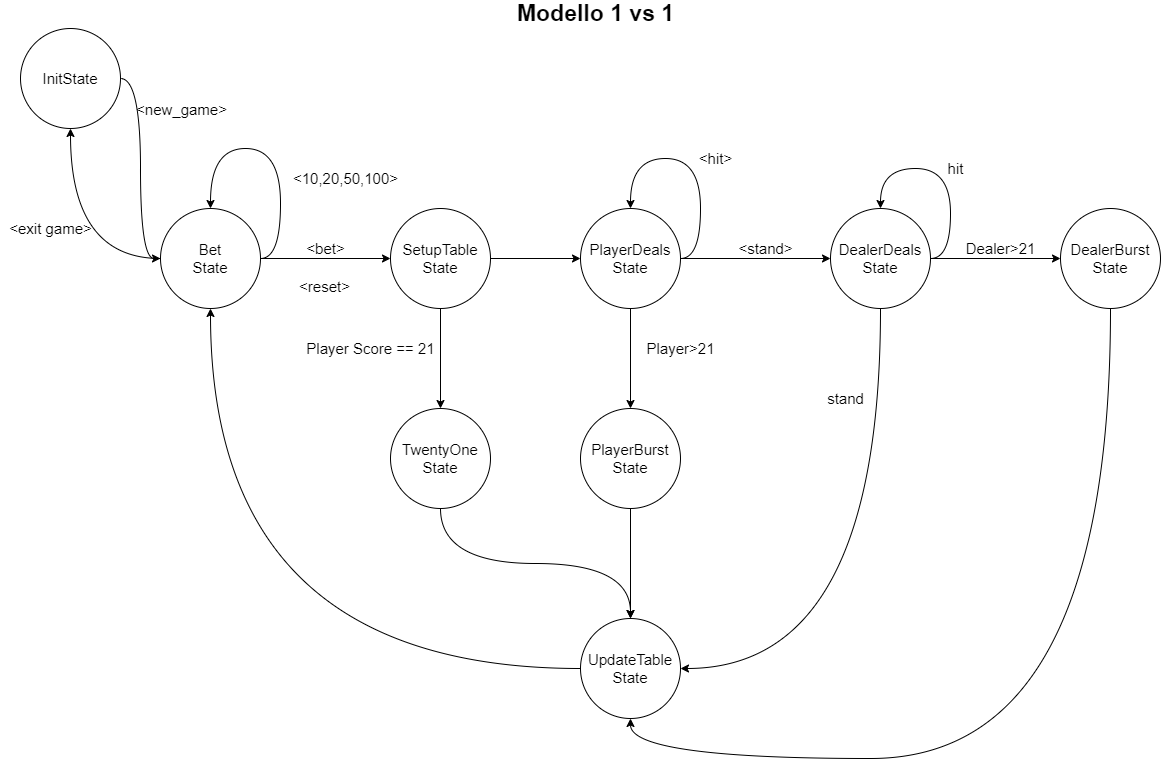
aleksandarstojkovski/BlackJack keeps this draw.io diagram as docs/state_machine.png. Above is the earlier version. Source tidied: cells renumbered, new cells last; positions are measured from the earlier drawing's top-left corner, leaving out a move shared by most shapes.
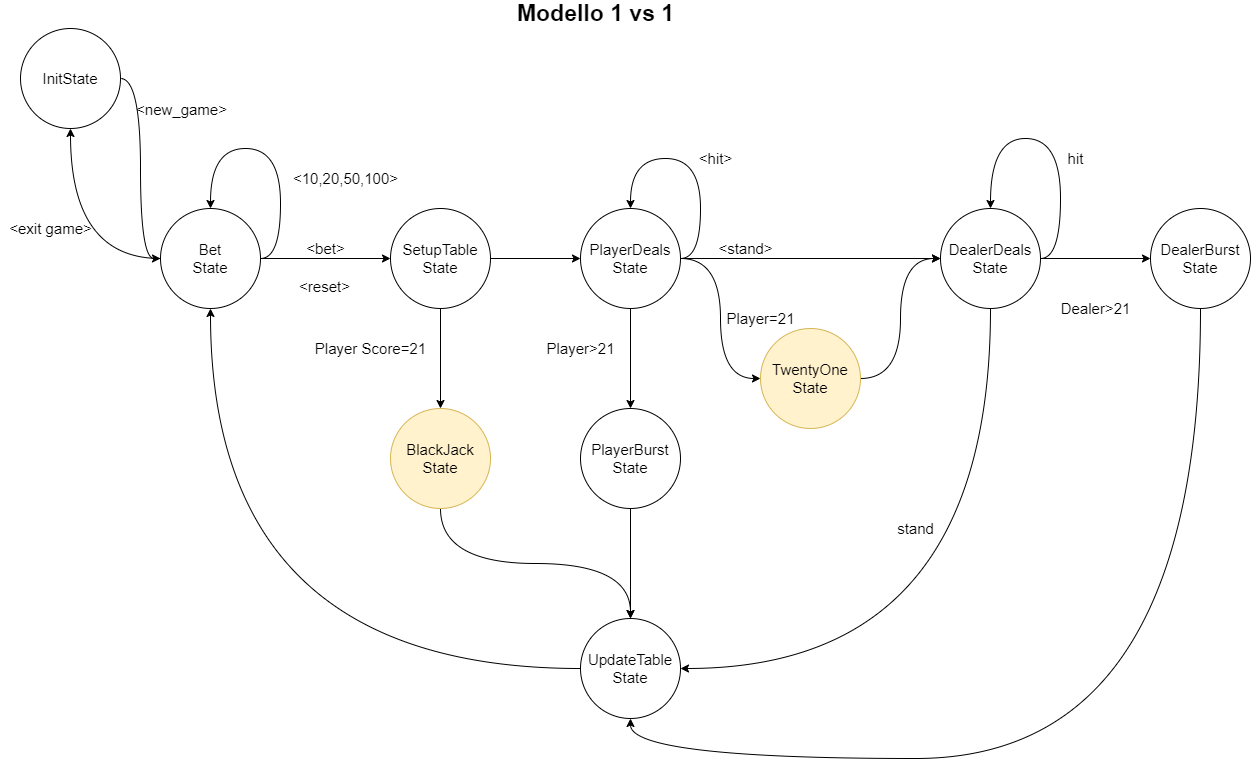
The same diagram one commit later.

The edit, as a diff of the source:
```diff
@@ -37,109 +37,125 @@
     <mxCell id="10" value="&amp;lt;10,20,50,100&amp;gt;" style="text;html=1;align=center;verticalAlign=middle;" parent="1" vertex="1">
       <mxGeometry x="285" y="165" width="120" height="20" as="geometry" />
     </mxCell>
-    <mxCell id="11" style="edgeStyle=orthogonalEdgeStyle;curved=1;rounded=0;jettySize=auto;html=1;exitX=1;exitY=0.5;exitDx=0;exitDy=0;entryX=0;entryY=0.5;entryDx=0;entryDy=0;" parent="1" edge="1" source="13" target="16">
+    <mxCell id="11" style="edgeStyle=orthogonalEdgeStyle;curved=1;rounded=0;jettySize=auto;html=1;exitX=1;exitY=0.5;exitDx=0;exitDy=0;entryX=0;entryY=0.5;entryDx=0;entryDy=0;" parent="1" edge="1" source="13" target="17">
       <mxGeometry relative="1" as="geometry" />
     </mxCell>
-    <mxCell id="12" style="edgeStyle=orthogonalEdgeStyle;curved=1;rounded=0;jettySize=auto;html=1;exitX=0.5;exitY=1;exitDx=0;exitDy=0;entryX=0.5;entryY=0;entryDx=0;entryDy=0;" parent="1" edge="1" source="13" target="31">
+    <mxCell id="12" style="edgeStyle=orthogonalEdgeStyle;curved=1;rounded=0;jettySize=auto;html=1;exitX=0.5;exitY=1;exitDx=0;exitDy=0;entryX=0.5;entryY=0;entryDx=0;entryDy=0;" parent="1" edge="1" source="13" target="32">
       <mxGeometry relative="1" as="geometry" />
     </mxCell>
     <mxCell id="13" value="SetupTable&lt;br&gt;State" style="ellipse;whiteSpace=wrap;html=1;" parent="1" vertex="1">
       <mxGeometry x="390" y="205" width="100" height="100" as="geometry" />
     </mxCell>
-    <mxCell id="14" style="edgeStyle=orthogonalEdgeStyle;curved=1;rounded=0;jettySize=auto;html=1;exitX=1;exitY=0.5;exitDx=0;exitDy=0;entryX=0;entryY=0.5;entryDx=0;entryDy=0;" parent="1" edge="1" source="16" target="20">
+    <mxCell id="14" style="edgeStyle=orthogonalEdgeStyle;curved=1;rounded=0;jettySize=auto;html=1;exitX=1;exitY=0.5;exitDx=0;exitDy=0;entryX=0;entryY=0.5;entryDx=0;entryDy=0;" parent="1" edge="1" source="17" target="21">
       <mxGeometry relative="1" as="geometry" />
     </mxCell>
-    <mxCell id="15" style="edgeStyle=orthogonalEdgeStyle;curved=1;rounded=0;jettySize=auto;html=1;exitX=0.5;exitY=1;exitDx=0;exitDy=0;entryX=0.5;entryY=0;entryDx=0;entryDy=0;" parent="1" edge="1" source="16" target="24">
+    <mxCell id="15" style="edgeStyle=orthogonalEdgeStyle;curved=1;rounded=0;jettySize=auto;html=1;exitX=0.5;exitY=1;exitDx=0;exitDy=0;entryX=0.5;entryY=0;entryDx=0;entryDy=0;" parent="1" edge="1" source="17" target="25">
       <mxGeometry relative="1" as="geometry" />
     </mxCell>
-    <mxCell id="16" value="PlayerDeals&lt;br&gt;State" style="ellipse;whiteSpace=wrap;html=1;" parent="1" vertex="1">
-      <mxGeometry x="580" y="205" width="100" height="100" as="geometry" />
+    <mxCell id="16" style="edgeStyle=orthogonalEdgeStyle;curved=1;rounded=0;jettySize=auto;html=1;exitX=1;exitY=0.5;exitDx=0;exitDy=0;entryX=0;entryY=0.5;entryDx=0;entryDy=0;" parent="1" edge="1" source="17" target="41">
+      <mxGeometry relative="1" as="geometry" />
     </mxCell>
-    <mxCell id="17" value="&amp;lt;hit&amp;gt;" style="text;html=1;align=center;verticalAlign=middle;points=[];" parent="1" vertex="1">
-      <mxGeometry x="690" y="145" width="50" height="20" as="geometry" />
+    <mxCell id="17" value="PlayerDeals&lt;br&gt;State" style="ellipse;whiteSpace=wrap;html=1;" parent="1" vertex="1">
+      <mxGeometry x="580" y="205" width="100" height="100" as="geometry" />
     </mxCell>
-    <mxCell id="18" style="edgeStyle=orthogonalEdgeStyle;curved=1;rounded=0;jettySize=auto;html=1;exitX=0.5;exitY=1;exitDx=0;exitDy=0;entryX=1;entryY=0.5;entryDx=0;entryDy=0;" parent="1" edge="1" source="20" target="27">
-      <mxGeometry relative="1" as="geometry" />
+    <mxCell id="18" value="&amp;lt;hit&amp;gt;" style="text;html=1;align=center;verticalAlign=middle;" parent="1" vertex="1">
+      <mxGeometry x="690" y="145" width="50" height="20" as="geometry" />
     </mxCell>
-    <mxCell id="19" style="edgeStyle=orthogonalEdgeStyle;curved=1;rounded=0;jettySize=auto;html=1;exitX=1;exitY=0.5;exitDx=0;exitDy=0;entryX=0;entryY=0.5;entryDx=0;entryDy=0;" parent="1" edge="1" source="20" target="34">
-      <mxGeometry relative="1" as="geometry" />
+    <mxCell id="19" style="edgeStyle=orthogonalEdgeStyle;curved=1;rounded=0;jettySize=auto;html=1;exitX=0.5;exitY=1;exitDx=0;exitDy=0;entryX=1;entryY=0.5;entryDx=0;entryDy=0;" parent="1" edge="1" source="21" target="28">
+      <mxGeometry relative="1" as="geometry">
+        <Array as="points">
+          <mxPoint x="990" y="665" />
+        </Array>
+      </mxGeometry>
     </mxCell>
-    <mxCell id="20" value="DealerDeals&lt;br&gt;State" style="ellipse;whiteSpace=wrap;html=1;" parent="1" vertex="1">
-      <mxGeometry x="830" y="205" width="100" height="100" as="geometry" />
+    <mxCell id="20" style="edgeStyle=orthogonalEdgeStyle;curved=1;rounded=0;jettySize=auto;html=1;exitX=1;exitY=0.5;exitDx=0;exitDy=0;entryX=0;entryY=0.5;entryDx=0;entryDy=0;" parent="1" edge="1" source="21" target="35">
+      <mxGeometry relative="1" as="geometry" />
     </mxCell>
-    <mxCell id="21" style="edgeStyle=orthogonalEdgeStyle;curved=1;rounded=0;orthogonalLoop=1;jettySize=auto;html=1;exitX=1;exitY=0.5;exitDx=0;exitDy=0;entryX=0.5;entryY=0;entryDx=0;entryDy=0;" parent="1" edge="1" source="16" target="16">
-      <mxGeometry relative="1" as="geometry">
-        <Array as="points">
-          <mxPoint x="700" y="255" />
-          <mxPoint x="700" y="155" />
-          <mxPoint x="630" y="155" />
-        </Array>
-      </mxGeometry>
+    <mxCell id="21" value="DealerDeals&lt;br&gt;State" style="ellipse;whiteSpace=wrap;html=1;" parent="1" vertex="1">
+      <mxGeometry x="940" y="205" width="100" height="100" as="geometry" />
     </mxCell>
-    <mxCell id="22" value="&amp;lt;stand&amp;gt;" style="text;html=1;align=center;verticalAlign=middle;" parent="1" vertex="1">
-      <mxGeometry x="730" y="235" width="70" height="20" as="geometry" />
+    <mxCell id="22" style="edgeStyle=orthogonalEdgeStyle;curved=1;rounded=0;orthogonalLoop=1;jettySize=auto;html=1;exitX=1;exitY=0.5;exitDx=0;exitDy=0;entryX=0.5;entryY=0;entryDx=0;entryDy=0;" parent="1" edge="1" source="17" target="17">
+      <mxGeometry relative="1" as="geometry">
+        <Array as="points">
+          <mxPoint x="700" y="255" />
+          <mxPoint x="700" y="155" />
+          <mxPoint x="630" y="155" />
+        </Array>
+      </mxGeometry>
     </mxCell>
-    <mxCell id="23" style="edgeStyle=orthogonalEdgeStyle;curved=1;rounded=0;jettySize=auto;html=1;exitX=0.5;exitY=1;exitDx=0;exitDy=0;entryX=0.5;entryY=0;entryDx=0;entryDy=0;" parent="1" edge="1" source="24" target="27">
-      <mxGeometry relative="1" as="geometry" />
+    <mxCell id="23" value="&amp;lt;stand&amp;gt;" style="text;html=1;align=center;verticalAlign=middle;" parent="1" vertex="1">
+      <mxGeometry x="710" y="235" width="70" height="20" as="geometry" />
     </mxCell>
-    <mxCell id="24" value="PlayerBurst&lt;br&gt;State" style="ellipse;whiteSpace=wrap;html=1;" parent="1" vertex="1">
-      <mxGeometry x="580" y="405" width="100" height="100" as="geometry" />
+    <mxCell id="24" style="edgeStyle=orthogonalEdgeStyle;curved=1;rounded=0;jettySize=auto;html=1;exitX=0.5;exitY=1;exitDx=0;exitDy=0;entryX=0.5;entryY=0;entryDx=0;entryDy=0;" parent="1" edge="1" source="25" target="28">
+      <mxGeometry relative="1" as="geometry" />
     </mxCell>
-    <mxCell id="25" value="Player&amp;gt;21" style="text;html=1;align=center;verticalAlign=middle;points=[];" parent="1" vertex="1">
-      <mxGeometry x="640" y="335" width="80" height="20" as="geometry" />
+    <mxCell id="25" value="PlayerBurst&lt;br&gt;State" style="ellipse;whiteSpace=wrap;html=1;" parent="1" vertex="1">
+      <mxGeometry x="580" y="405" width="100" height="100" as="geometry" />
     </mxCell>
-    <mxCell id="26" style="edgeStyle=orthogonalEdgeStyle;curved=1;rounded=0;jettySize=auto;html=1;exitX=0;exitY=0.5;exitDx=0;exitDy=0;entryX=0.5;entryY=1;entryDx=0;entryDy=0;" parent="1" edge="1" source="27" target="7">
-      <mxGeometry relative="1" as="geometry" />
+    <mxCell id="26" value="Player&amp;gt;21" style="text;html=1;align=center;verticalAlign=middle;" parent="1" vertex="1">
+      <mxGeometry x="540" y="335" width="80" height="20" as="geometry" />
     </mxCell>
-    <mxCell id="27" value="&lt;font style=&quot;font-size: 14px&quot;&gt;UpdateTable&lt;br&gt;State&lt;/font&gt;" style="ellipse;whiteSpace=wrap;html=1;" parent="1" vertex="1">
-      <mxGeometry x="580" y="615" width="100" height="100" as="geometry" />
+    <mxCell id="27" style="edgeStyle=orthogonalEdgeStyle;curved=1;rounded=0;jettySize=auto;html=1;exitX=0;exitY=0.5;exitDx=0;exitDy=0;entryX=0.5;entryY=1;entryDx=0;entryDy=0;" parent="1" edge="1" source="28" target="7">
+      <mxGeometry relative="1" as="geometry" />
     </mxCell>
-    <mxCell id="28" value="&lt;font style=&quot;font-size: 23px&quot;&gt;&lt;b&gt;Modello 1 vs 1&lt;/b&gt;&lt;/font&gt;" style="text;html=1;align=center;verticalAlign=middle;points=[];" parent="1" vertex="1">
-      <mxGeometry x="510" width="170" height="20" as="geometry" />
+    <mxCell id="28" value="&lt;font style=&quot;font-size: 14px&quot;&gt;UpdateTable&lt;br&gt;State&lt;/font&gt;" style="ellipse;whiteSpace=wrap;html=1;" parent="1" vertex="1">
+      <mxGeometry x="580" y="615" width="100" height="100" as="geometry" />
     </mxCell>
-    <mxCell id="29" value="Player Score == 21" style="text;html=1;align=center;verticalAlign=middle;" parent="1" vertex="1">
-      <mxGeometry x="300" y="335" width="140" height="20" as="geometry" />
+    <mxCell id="29" value="&lt;font style=&quot;font-size: 23px&quot;&gt;&lt;b&gt;Modello 1 vs 1&lt;/b&gt;&lt;/font&gt;" style="text;html=1;align=center;verticalAlign=middle;" parent="1" vertex="1">
+      <mxGeometry x="510" width="170" height="20" as="geometry" />
     </mxCell>
-    <mxCell id="30" style="edgeStyle=orthogonalEdgeStyle;curved=1;rounded=0;jettySize=auto;html=1;exitX=0.5;exitY=1;exitDx=0;exitDy=0;entryX=0.5;entryY=0;entryDx=0;entryDy=0;" parent="1" edge="1" source="31" target="27">
-      <mxGeometry relative="1" as="geometry" />
+    <mxCell id="30" value="Player Score=21" style="text;html=1;align=center;verticalAlign=middle;" parent="1" vertex="1">
+      <mxGeometry x="305" y="335" width="130" height="20" as="geometry" />
     </mxCell>
-    <mxCell id="31" value="TwentyOne&lt;br&gt;State" style="ellipse;whiteSpace=wrap;html=1;" parent="1" vertex="1">
-      <mxGeometry x="390" y="405" width="100" height="100" as="geometry" />
+    <mxCell id="31" style="edgeStyle=orthogonalEdgeStyle;curved=1;rounded=0;jettySize=auto;html=1;exitX=0.5;exitY=1;exitDx=0;exitDy=0;entryX=0.5;entryY=0;entryDx=0;entryDy=0;" parent="1" edge="1" source="32" target="28">
+      <mxGeometry relative="1" as="geometry" />
     </mxCell>
-    <mxCell id="32" value="&amp;lt;reset&amp;gt;" style="text;html=1;align=center;verticalAlign=middle;points=[];" parent="1" vertex="1">
-      <mxGeometry x="289" y="273" width="70" height="20" as="geometry" />
+    <mxCell id="32" value="BlackJack&lt;br&gt;State" style="ellipse;whiteSpace=wrap;html=1;fillColor=#fff2cc;strokeColor=#d6b656;" parent="1" vertex="1">
+      <mxGeometry x="390" y="405" width="100" height="100" as="geometry" />
     </mxCell>
-    <mxCell id="33" style="edgeStyle=orthogonalEdgeStyle;curved=1;rounded=0;jettySize=auto;html=1;exitX=0.5;exitY=1;exitDx=0;exitDy=0;entryX=0.5;entryY=1;entryDx=0;entryDy=0;" parent="1" edge="1" source="34" target="27">
-      <mxGeometry relative="1" as="geometry">
-        <Array as="points">
-          <mxPoint x="1110" y="755" />
-          <mxPoint x="630" y="755" />
-        </Array>
-      </mxGeometry>
+    <mxCell id="33" value="&amp;lt;reset&amp;gt;" style="text;html=1;align=center;verticalAlign=middle;" parent="1" vertex="1">
+      <mxGeometry x="289" y="273" width="70" height="20" as="geometry" />
     </mxCell>
-    <mxCell id="34" value="DealerBurst&lt;br&gt;State" style="ellipse;whiteSpace=wrap;html=1;" parent="1" vertex="1">
-      <mxGeometry x="1060" y="205" width="100" height="100" as="geometry" />
+    <mxCell id="34" style="edgeStyle=orthogonalEdgeStyle;curved=1;rounded=0;jettySize=auto;html=1;exitX=0.5;exitY=1;exitDx=0;exitDy=0;entryX=0.5;entryY=1;entryDx=0;entryDy=0;" parent="1" edge="1" source="35" target="28">
+      <mxGeometry relative="1" as="geometry">
+        <Array as="points">
+          <mxPoint x="1200" y="755" />
+          <mxPoint x="630" y="755" />
+        </Array>
+      </mxGeometry>
     </mxCell>
-    <mxCell id="35" style="edgeStyle=orthogonalEdgeStyle;curved=1;rounded=0;orthogonalLoop=1;jettySize=auto;html=1;exitX=1;exitY=0.5;exitDx=0;exitDy=0;entryX=0.5;entryY=0;entryDx=0;entryDy=0;" parent="1" edge="1" source="20" target="20">
-      <mxGeometry relative="1" as="geometry">
-        <Array as="points">
-          <mxPoint x="950" y="255" />
-          <mxPoint x="950" y="165" />
-          <mxPoint x="880" y="165" />
-        </Array>
-      </mxGeometry>
+    <mxCell id="35" value="DealerBurst&lt;br&gt;State" style="ellipse;whiteSpace=wrap;html=1;" parent="1" vertex="1">
+      <mxGeometry x="1150" y="205" width="100" height="100" as="geometry" />
     </mxCell>
     <mxCell id="36" value="hit" style="text;html=1;align=center;verticalAlign=middle;" parent="1" vertex="1">
-      <mxGeometry x="940" y="155" width="30" height="20" as="geometry" />
+      <mxGeometry x="1060" y="145" width="30" height="20" as="geometry" />
     </mxCell>
     <mxCell id="37" value="stand" style="text;html=1;align=center;verticalAlign=middle;" parent="1" vertex="1">
-      <mxGeometry x="820" y="385" width="50" height="20" as="geometry" />
+      <mxGeometry x="890" y="515" width="50" height="20" as="geometry" />
     </mxCell>
     <mxCell id="38" value="Dealer&amp;gt;21" style="text;html=1;align=center;verticalAlign=middle;" parent="1" vertex="1">
-      <mxGeometry x="955" y="235" width="90" height="20" as="geometry" />
+      <mxGeometry x="1050" y="295" width="90" height="20" as="geometry" />
     </mxCell>
     <mxCell id="39" value="&amp;lt;exit game&amp;gt;" style="text;html=1;align=center;verticalAlign=middle;" parent="1" vertex="1">
       <mxGeometry y="215" width="100" height="20" as="geometry" />
     </mxCell>
+    <mxCell id="40" style="edgeStyle=orthogonalEdgeStyle;curved=1;rounded=0;jettySize=auto;html=1;exitX=1;exitY=0.5;exitDx=0;exitDy=0;entryX=0;entryY=0.5;entryDx=0;entryDy=0;" parent="1" edge="1" source="41" target="21">
+      <mxGeometry relative="1" as="geometry" />
+    </mxCell>
+    <mxCell id="41" value="TwentyOne&lt;br&gt;State" style="ellipse;whiteSpace=wrap;html=1;fillColor=#fff2cc;strokeColor=#d6b656;" parent="1" vertex="1">
+      <mxGeometry x="760" y="325" width="100" height="100" as="geometry" />
+    </mxCell>
+    <mxCell id="42" value="Player=21" style="text;html=1;align=center;verticalAlign=middle;" parent="1" vertex="1">
+      <mxGeometry x="720" y="305" width="80" height="20" as="geometry" />
+    </mxCell>
+    <mxCell id="43" style="edgeStyle=orthogonalEdgeStyle;curved=1;rounded=0;orthogonalLoop=1;jettySize=auto;html=1;exitX=1;exitY=0.5;exitDx=0;exitDy=0;entryX=0.5;entryY=0;entryDx=0;entryDy=0;" parent="1" edge="1" source="21" target="21">
+      <mxGeometry relative="1" as="geometry">
+        <Array as="points">
+          <mxPoint x="1060" y="255" />
+          <mxPoint x="1060" y="135" />
+          <mxPoint x="990" y="135" />
+        </Array>
+      </mxGeometry>
+    </mxCell>
   </root>
 </mxGraphModel>
```
